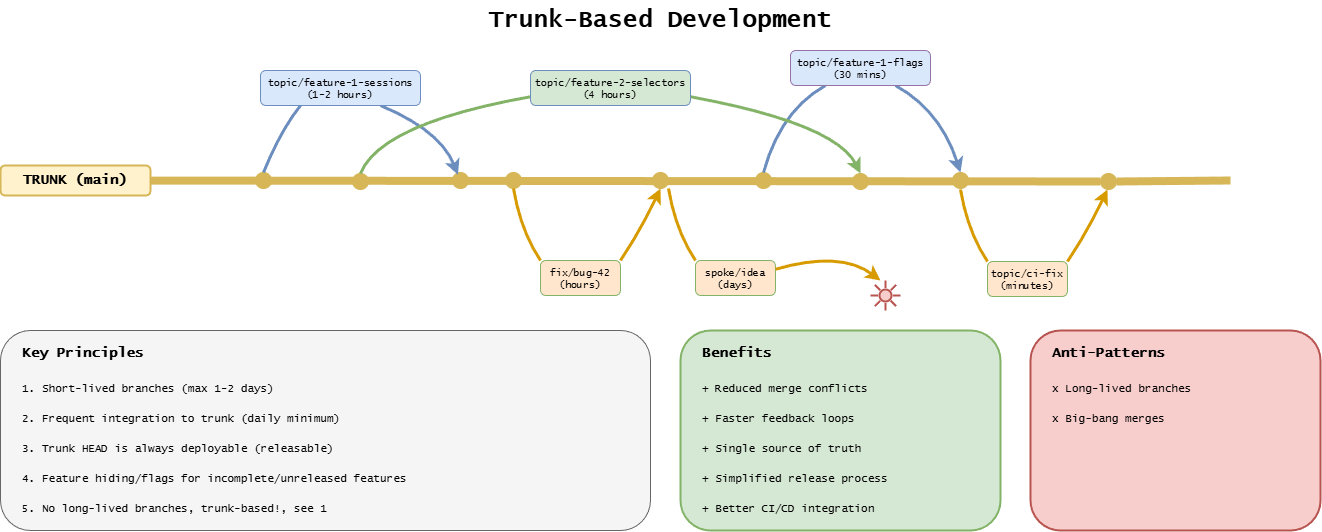
Before: docs/assets/assisted/07-trunk-based-development.drawio.png, a diagram exported from draw.io (ready-to-release/eac). Source tidied: cells renumbered, new cells last; positions are measured from the earlier drawing's top-left corner, leaving out a move shared by most shapes. Its diagram source:
```xml
<mxGraphModel background="#ffffff">
  <root>
    <mxCell id="0" />
    <mxCell id="1" parent="0" />
    <mxCell id="2" style="html=1;verticalLabelPosition=bottom;align=center;labelBackgroundColor=#ffffff;verticalAlign=top;strokeWidth=2;strokeColor=#b85450;shadow=0;dashed=0;shape=mxgraph.ios7.icons.sun;fillColor=#f8cecc;" parent="1" vertex="1">
      <mxGeometry x="870" y="280" width="30" height="30" as="geometry" />
    </mxCell>
    <mxCell id="3" style="endArrow=none;html=1;strokeWidth=8;strokeColor=#d6b656;fillColor=#fff2cc;" parent="1" edge="1" source="49">
      <mxGeometry relative="1" as="geometry">
        <mxPoint x="1230" y="180" as="targetPoint" />
      </mxGeometry>
    </mxCell>
    <mxCell id="4" style="ellipse;whiteSpace=wrap;html=1;fillColor=#d6b656;strokeColor=#d6b656;" parent="1" vertex="1">
      <mxGeometry x="255" y="172" width="16" height="16" as="geometry" />
    </mxCell>
    <mxCell id="5" style="ellipse;whiteSpace=wrap;html=1;fillColor=#d6b656;strokeColor=#d6b656;" parent="1" vertex="1">
      <mxGeometry x="452" y="172" width="16" height="16" as="geometry" />
    </mxCell>
    <mxCell id="6" style="ellipse;whiteSpace=wrap;html=1;fillColor=#d6b656;strokeColor=#d6b656;" parent="1" vertex="1">
      <mxGeometry x="505" y="172" width="16" height="16" as="geometry" />
    </mxCell>
    <mxCell id="7" style="ellipse;whiteSpace=wrap;html=1;fillColor=#d6b656;strokeColor=#d6b656;" parent="1" vertex="1">
      <mxGeometry x="652" y="172" width="16" height="16" as="geometry" />
    </mxCell>
    <mxCell id="8" style="ellipse;whiteSpace=wrap;html=1;fillColor=#d6b656;strokeColor=#d6b656;" parent="1" vertex="1">
      <mxGeometry x="755" y="172" width="16" height="16" as="geometry" />
    </mxCell>
    <mxCell id="9" style="ellipse;whiteSpace=wrap;html=1;fillColor=#d6b656;strokeColor=#d6b656;" parent="1" vertex="1">
      <mxGeometry x="952" y="172" width="16" height="16" as="geometry" />
    </mxCell>
    <mxCell id="10" style="ellipse;whiteSpace=wrap;html=1;fillColor=#d6b656;strokeColor=#d6b656;" parent="1" vertex="1">
      <mxGeometry x="352" y="173" width="16" height="16" as="geometry" />
    </mxCell>
    <mxCell id="11" style="ellipse;whiteSpace=wrap;html=1;fillColor=#d6b656;strokeColor=#d6b656;" parent="1" vertex="1">
      <mxGeometry x="852" y="173" width="16" height="16" as="geometry" />
    </mxCell>
    <mxCell id="12" value="Trunk-Based Development" style="text;html=1;strokeColor=none;fillColor=none;align=center;verticalAlign=middle;whiteSpace=wrap;rounded=0;fontFamily=Lucida Console;fontStyle=1;fontSize=24;" parent="1" vertex="1">
      <mxGeometry x="410" width="500" height="40" as="geometry" />
    </mxCell>
    <mxCell id="13" style="curved=1;endArrow=none;html=1;strokeWidth=3;strokeColor=#6c8ebf;exitX=0.5;exitY=0;exitDx=0;exitDy=0;entryX=0.25;entryY=1;entryDx=0;entryDy=0;" parent="1" edge="1" source="4" target="15">
      <mxGeometry relative="1" as="geometry">
        <Array as="points">
          <mxPoint x="280" y="130" />
        </Array>
      </mxGeometry>
    </mxCell>
    <mxCell id="14" style="curved=1;endArrow=classic;html=1;strokeWidth=3;strokeColor=#6c8ebf;entryX=0.339;entryY=0.141;entryDx=0;entryDy=0;entryPerimeter=0;exitX=0.75;exitY=1;exitDx=0;exitDy=0;" parent="1" edge="1" source="15" target="5">
      <mxGeometry relative="1" as="geometry">
        <Array as="points">
          <mxPoint x="440" y="130" />
        </Array>
      </mxGeometry>
    </mxCell>
    <mxCell id="15" value="topic/feature-1-sessions&lt;br&gt;(1-2 hours)" style="text;html=1;strokeColor=none;fillColor=#dae8fc;align=center;verticalAlign=middle;whiteSpace=wrap;rounded=1;fontFamily=Lucida Console;fontSize=10;strokeColor=#6c8ebf;strokeWidth=1;" parent="1" vertex="1">
      <mxGeometry x="260" y="70" width="160" height="35" as="geometry" />
    </mxCell>
    <mxCell id="16" style="curved=1;endArrow=none;html=1;strokeWidth=3;strokeColor=#d79b00;fillColor=#ffe6cc;exitX=0.5;exitY=1;exitDx=0;exitDy=0;entryX=0;entryY=0;entryDx=0;entryDy=0;" parent="1" edge="1" source="6" target="18">
      <mxGeometry relative="1" as="geometry">
        <Array as="points">
          <mxPoint x="520" y="230" />
        </Array>
      </mxGeometry>
    </mxCell>
    <mxCell id="17" style="curved=1;endArrow=classic;html=1;strokeWidth=3;strokeColor=#d79b00;fillColor=#ffe6cc;entryX=0.5;entryY=1;entryDx=0;entryDy=0;exitX=1;exitY=0;exitDx=0;exitDy=0;" parent="1" edge="1" source="18" target="7">
      <mxGeometry relative="1" as="geometry">
        <Array as="points">
          <mxPoint x="640" y="230" />
        </Array>
      </mxGeometry>
    </mxCell>
    <mxCell id="18" value="fix/bug-42&lt;br&gt;(hours)" style="text;html=1;strokeColor=#d79b00;fillColor=#ffe6cc;align=center;verticalAlign=middle;whiteSpace=wrap;rounded=1;fontFamily=Lucida Console;fontSize=10;strokeColor=#82b366;strokeWidth=1;" parent="1" vertex="1">
      <mxGeometry x="540" y="260" width="80" height="35" as="geometry" />
    </mxCell>
    <mxCell id="19" style="curved=1;endArrow=none;html=1;strokeWidth=3;strokeColor=#6c8ebf;fillColor=#dae8fc;exitX=0.5;exitY=0;exitDx=0;exitDy=0;entryX=0.25;entryY=1;entryDx=0;entryDy=0;" parent="1" edge="1" source="8" target="21">
      <mxGeometry relative="1" as="geometry">
        <Array as="points">
          <mxPoint x="780" y="110" />
        </Array>
      </mxGeometry>
    </mxCell>
    <mxCell id="20" style="curved=1;endArrow=classic;html=1;strokeWidth=3;strokeColor=#6c8ebf;fillColor=#dae8fc;entryX=0.5;entryY=0;entryDx=0;entryDy=0;exitX=0.75;exitY=1;exitDx=0;exitDy=0;" parent="1" edge="1" source="21" target="9">
      <mxGeometry relative="1" as="geometry">
        <Array as="points">
          <mxPoint x="940" y="110" />
        </Array>
      </mxGeometry>
    </mxCell>
    <mxCell id="21" value="&lt;span style=&quot;color: rgb(0, 0, 0);&quot;&gt;topic/feature-1-flags&lt;/span&gt;&lt;br style=&quot;color: rgb(63, 63, 63); scrollbar-color: rgb(226, 226, 226) rgb(251, 251, 251);&quot;&gt;&lt;span style=&quot;color: rgb(0, 0, 0);&quot;&gt;(30 mins)&lt;/span&gt;" style="text;html=1;strokeColor=#6c8ebf;fillColor=#dae8fc;align=center;verticalAlign=middle;whiteSpace=wrap;rounded=1;fontFamily=Lucida Console;fontSize=10;strokeColor=#9673a6;strokeWidth=1;" parent="1" vertex="1">
      <mxGeometry x="790" y="50" width="140" height="35" as="geometry" />
    </mxCell>
    <mxCell id="22" style="rounded=1;whiteSpace=wrap;html=1;fillColor=#f5f5f5;strokeColor=#666666;strokeWidth=1;" parent="1" vertex="1">
      <mxGeometry y="330" width="650" height="200" as="geometry" />
    </mxCell>
    <mxCell id="23" value="Key Principles" style="text;html=1;strokeColor=none;fillColor=none;align=left;verticalAlign=middle;whiteSpace=wrap;rounded=0;fontFamily=Lucida Console;fontStyle=1;fontSize=14;" parent="1" vertex="1">
      <mxGeometry x="20" y="340" width="200" height="25" as="geometry" />
    </mxCell>
    <mxCell id="24" value="1. Short-lived branches (max 1-2 days)" style="text;html=1;strokeColor=none;fillColor=none;align=left;verticalAlign=middle;whiteSpace=wrap;rounded=0;fontFamily=Lucida Console;fontSize=11;" parent="1" vertex="1">
      <mxGeometry x="20" y="375" width="350" height="25" as="geometry" />
    </mxCell>
    <mxCell id="25" value="2. Frequent integration to trunk (daily minimum)" style="text;html=1;strokeColor=none;fillColor=none;align=left;verticalAlign=middle;whiteSpace=wrap;rounded=0;fontFamily=Lucida Console;fontSize=11;" parent="1" vertex="1">
      <mxGeometry x="20" y="405" width="400" height="25" as="geometry" />
    </mxCell>
    <mxCell id="26" value="3. Trunk HEAD is always deployable (releasable)" style="text;html=1;strokeColor=none;fillColor=none;align=left;verticalAlign=middle;whiteSpace=wrap;rounded=0;fontFamily=Lucida Console;fontSize=11;" parent="1" vertex="1">
      <mxGeometry x="20" y="435" width="350" height="25" as="geometry" />
    </mxCell>
    <mxCell id="27" value="4. Feature hiding/flags for incomplete/unreleased features" style="text;html=1;strokeColor=none;fillColor=none;align=left;verticalAlign=middle;whiteSpace=wrap;rounded=0;fontFamily=Lucida Console;fontSize=11;" parent="1" vertex="1">
      <mxGeometry x="20" y="465" width="400" height="25" as="geometry" />
    </mxCell>
    <mxCell id="28" value="5. No long-lived branches, trunk-based!, see 1" style="text;html=1;strokeColor=none;fillColor=none;align=left;verticalAlign=middle;whiteSpace=wrap;rounded=0;fontFamily=Lucida Console;fontSize=11;" parent="1" vertex="1">
      <mxGeometry x="20" y="495" width="350" height="25" as="geometry" />
    </mxCell>
    <mxCell id="29" style="rounded=1;whiteSpace=wrap;html=1;fillColor=#d5e8d4;strokeColor=#82b366;strokeWidth=2;" parent="1" vertex="1">
      <mxGeometry x="680" y="330" width="320" height="200" as="geometry" />
    </mxCell>
    <mxCell id="30" value="Benefits" style="text;html=1;strokeColor=none;fillColor=none;align=left;verticalAlign=middle;whiteSpace=wrap;rounded=0;fontFamily=Lucida Console;fontStyle=1;fontSize=14;" parent="1" vertex="1">
      <mxGeometry x="700" y="340" width="200" height="25" as="geometry" />
    </mxCell>
    <mxCell id="31" value="+ Reduced merge conflicts" style="text;html=1;strokeColor=none;fillColor=none;align=left;verticalAlign=middle;whiteSpace=wrap;rounded=0;fontFamily=Lucida Console;fontSize=11;" parent="1" vertex="1">
      <mxGeometry x="700" y="375" width="280" height="25" as="geometry" />
    </mxCell>
    <mxCell id="32" value="+ Faster feedback loops" style="text;html=1;strokeColor=none;fillColor=none;align=left;verticalAlign=middle;whiteSpace=wrap;rounded=0;fontFamily=Lucida Console;fontSize=11;" parent="1" vertex="1">
      <mxGeometry x="700" y="405" width="280" height="25" as="geometry" />
    </mxCell>
    <mxCell id="33" value="+ Single source of truth" style="text;html=1;strokeColor=none;fillColor=none;align=left;verticalAlign=middle;whiteSpace=wrap;rounded=0;fontFamily=Lucida Console;fontSize=11;" parent="1" vertex="1">
      <mxGeometry x="700" y="435" width="280" height="25" as="geometry" />
    </mxCell>
    <mxCell id="34" value="+ Simplified release process" style="text;html=1;strokeColor=none;fillColor=none;align=left;verticalAlign=middle;whiteSpace=wrap;rounded=0;fontFamily=Lucida Console;fontSize=11;" parent="1" vertex="1">
      <mxGeometry x="700" y="465" width="280" height="25" as="geometry" />
    </mxCell>
    <mxCell id="35" value="+ Better CI/CD integration" style="text;html=1;strokeColor=none;fillColor=none;align=left;verticalAlign=middle;whiteSpace=wrap;rounded=0;fontFamily=Lucida Console;fontSize=11;" parent="1" vertex="1">
      <mxGeometry x="700" y="495" width="280" height="25" as="geometry" />
    </mxCell>
    <mxCell id="36" style="rounded=1;whiteSpace=wrap;html=1;fillColor=#f8cecc;strokeColor=#b85450;strokeWidth=2;" parent="1" vertex="1">
      <mxGeometry x="1030" y="330" width="290" height="200" as="geometry" />
    </mxCell>
    <mxCell id="37" value="Anti-Patterns" style="text;html=1;strokeColor=none;fillColor=none;align=left;verticalAlign=middle;whiteSpace=wrap;rounded=0;fontFamily=Lucida Console;fontStyle=1;fontSize=14;" parent="1" vertex="1">
      <mxGeometry x="1050" y="340" width="200" height="25" as="geometry" />
    </mxCell>
    <mxCell id="38" value="x Long-lived branches" style="text;html=1;strokeColor=none;fillColor=none;align=left;verticalAlign=middle;whiteSpace=wrap;rounded=0;fontFamily=Lucida Console;fontSize=11;" parent="1" vertex="1">
      <mxGeometry x="1050" y="375" width="250" height="25" as="geometry" />
    </mxCell>
    <mxCell id="39" value="x Big-bang merges" style="text;html=1;strokeColor=none;fillColor=none;align=left;verticalAlign=middle;whiteSpace=wrap;rounded=0;fontFamily=Lucida Console;fontSize=11;" parent="1" vertex="1">
      <mxGeometry x="1050" y="405" width="250" height="25" as="geometry" />
    </mxCell>
    <mxCell id="40" style="curved=1;endArrow=classic;html=1;strokeWidth=3;strokeColor=#82b366;fillColor=#d5e8d4;entryX=0.5;entryY=0;entryDx=0;entryDy=0;exitX=1;exitY=0.75;exitDx=0;exitDy=0;" parent="1" edge="1" source="42" target="11">
      <mxGeometry relative="1" as="geometry">
        <Array as="points">
          <mxPoint x="835" y="123" />
        </Array>
      </mxGeometry>
    </mxCell>
    <mxCell id="41" style="curved=1;endArrow=none;html=1;strokeWidth=3;strokeColor=#82b366;fillColor=#d5e8d4;exitX=0.5;exitY=0;exitDx=0;exitDy=0;entryX=0;entryY=0.75;entryDx=0;entryDy=0;" parent="1" edge="1" source="10" target="42">
      <mxGeometry relative="1" as="geometry">
        <Array as="points">
          <mxPoint x="380" y="123" />
        </Array>
      </mxGeometry>
    </mxCell>
    <mxCell id="42" value="topic/feature-2-selectors&lt;br&gt;(4 hours)" style="text;html=1;strokeColor=#82b366;fillColor=#d5e8d4;align=center;verticalAlign=middle;whiteSpace=wrap;rounded=1;fontFamily=Lucida Console;fontSize=10;strokeColor=#6c8ebf;strokeWidth=1;" parent="1" vertex="1">
      <mxGeometry x="530" y="70" width="160" height="35" as="geometry" />
    </mxCell>
    <mxCell id="43" style="curved=1;endArrow=none;html=1;strokeWidth=3;strokeColor=#d79b00;fillColor=#ffe6cc;exitX=0.5;exitY=1;exitDx=0;exitDy=0;entryX=0;entryY=0;entryDx=0;entryDy=0;" parent="1" edge="1" target="44">
      <mxGeometry relative="1" as="geometry">
        <mxPoint x="668" y="188" as="sourcePoint" />
        <Array as="points">
          <mxPoint x="675" y="230" />
        </Array>
      </mxGeometry>
    </mxCell>
    <mxCell id="44" value="spoke/idea&lt;br&gt;(days)" style="text;html=1;strokeColor=#d79b00;fillColor=#ffe6cc;align=center;verticalAlign=middle;whiteSpace=wrap;rounded=1;fontFamily=Lucida Console;fontSize=10;strokeColor=#82b366;strokeWidth=1;" parent="1" vertex="1">
      <mxGeometry x="695" y="260" width="80" height="35" as="geometry" />
    </mxCell>
    <mxCell id="45" style="curved=1;endArrow=none;html=1;strokeWidth=3;strokeColor=#d79b00;fillColor=#ffe6cc;exitX=0.5;exitY=1;exitDx=0;exitDy=0;entryX=0;entryY=0;entryDx=0;entryDy=0;" parent="1" edge="1" target="47">
      <mxGeometry relative="1" as="geometry">
        <mxPoint x="960" y="189" as="sourcePoint" />
        <Array as="points">
          <mxPoint x="967" y="231" />
        </Array>
      </mxGeometry>
    </mxCell>
    <mxCell id="46" style="curved=1;endArrow=classic;html=1;strokeWidth=3;strokeColor=#d79b00;fillColor=#ffe6cc;entryX=0.5;entryY=1;entryDx=0;entryDy=0;exitX=1;exitY=0;exitDx=0;exitDy=0;" parent="1" edge="1" source="47">
      <mxGeometry relative="1" as="geometry">
        <mxPoint x="1107" y="189" as="targetPoint" />
        <Array as="points">
          <mxPoint x="1087" y="231" />
        </Array>
      </mxGeometry>
    </mxCell>
    <mxCell id="47" value="topic/ci-fix&lt;br&gt;(minutes)" style="text;html=1;strokeColor=#d79b00;fillColor=#ffe6cc;align=center;verticalAlign=middle;whiteSpace=wrap;rounded=1;fontFamily=Lucida Console;fontSize=10;strokeColor=#82b366;strokeWidth=1;" parent="1" vertex="1">
      <mxGeometry x="987" y="261" width="80" height="35" as="geometry" />
    </mxCell>
    <mxCell id="48" style="endArrow=none;html=1;strokeWidth=8;strokeColor=#d6b656;fillColor=#fff2cc;" parent="1" edge="1" target="49">
      <mxGeometry relative="1" as="geometry">
        <mxPoint x="60" y="180" as="sourcePoint" />
      </mxGeometry>
    </mxCell>
    <mxCell id="49" style="ellipse;whiteSpace=wrap;html=1;fillColor=#d6b656;strokeColor=#d6b656;" parent="1" vertex="1">
      <mxGeometry x="1100" y="173" width="16" height="16" as="geometry" />
    </mxCell>
    <mxCell id="50" style="curved=1;endArrow=classic;html=1;strokeWidth=3;strokeColor=#d79b00;fillColor=#ffe6cc;exitX=1;exitY=0.25;exitDx=0;exitDy=0;" parent="1" edge="1" source="44">
      <mxGeometry relative="1" as="geometry">
        <mxPoint x="880" y="280" as="targetPoint" />
        <Array as="points">
          <mxPoint x="840" y="250" />
        </Array>
      </mxGeometry>
    </mxCell>
    <mxCell id="51" value="TRUNK (main)" style="text;html=1;strokeColor=none;fillColor=#fff2cc;align=center;verticalAlign=middle;whiteSpace=wrap;rounded=1;fontFamily=Lucida Console;fontStyle=1;fontSize=14;strokeColor=#d6b656;strokeWidth=2;" parent="1" vertex="1">
      <mxGeometry y="165" width="150" height="30" as="geometry" />
    </mxCell>
  </root>
</mxGraphModel>
```
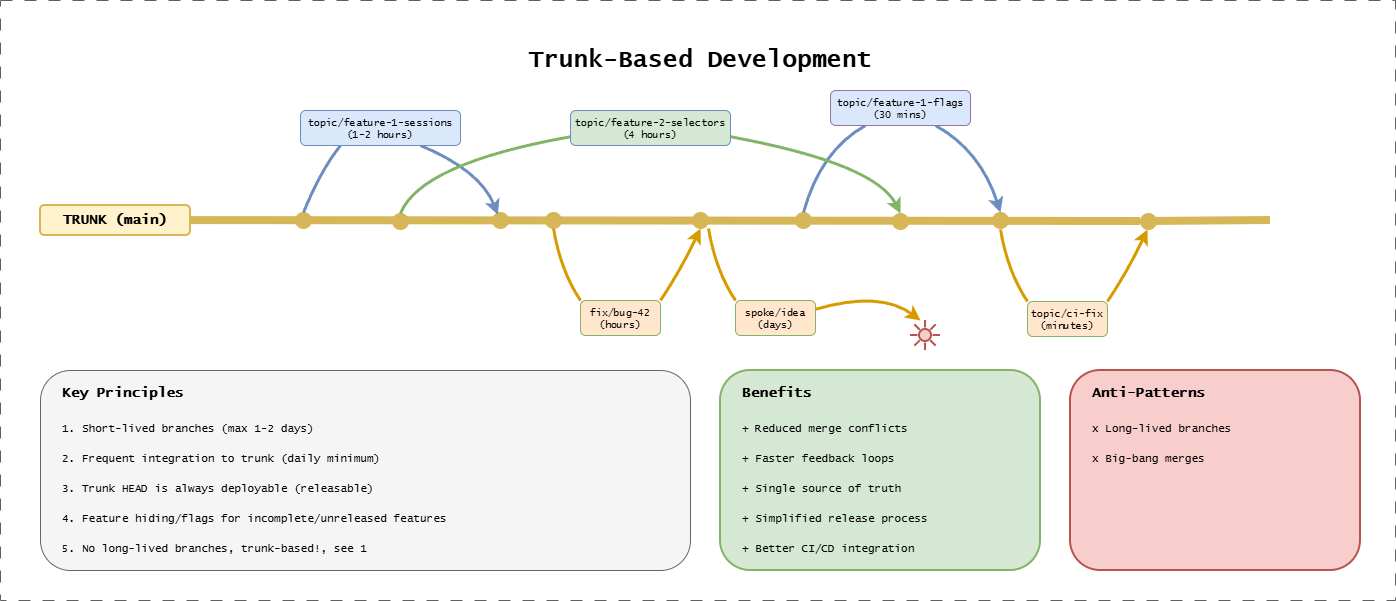
The same file after the commit.

The edit, as a diff of the source:
```diff
@@ -208,5 +208,8 @@
     <mxCell id="51" value="TRUNK (main)" style="text;html=1;strokeColor=none;fillColor=#fff2cc;align=center;verticalAlign=middle;whiteSpace=wrap;rounded=1;fontFamily=Lucida Console;fontStyle=1;fontSize=14;strokeColor=#d6b656;strokeWidth=2;" parent="1" vertex="1">
       <mxGeometry y="165" width="150" height="30" as="geometry" />
     </mxCell>
+    <mxCell id="52" style="group;strokeColor=#616161;dashed=1;dashPattern=12 12;fontFamily=Lucida Console;fontSize=19;fontStyle=1;" parent="1" vertex="1">
+      <mxGeometry x="-40" y="-40" width="1395" height="600" as="geometry" />
+    </mxCell>
   </root>
 </mxGraphModel>
```
